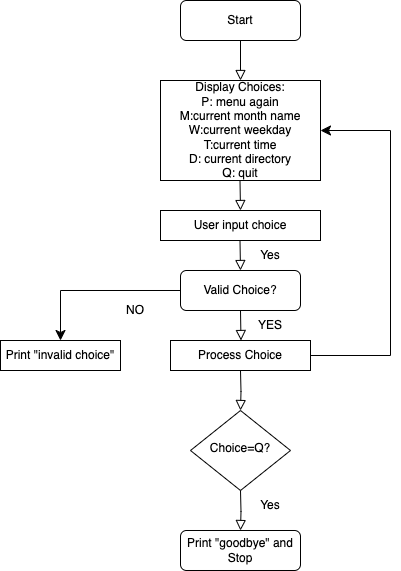
thisissophiawang/coursera-course-projects keeps this draw.io diagram as NEU/menu_flowchart.drawio.png. Above is the earlier version. Source tidied: cells renumbered, new cells last; positions are measured from the earlier drawing's top-left corner, leaving out a move shared by most shapes.
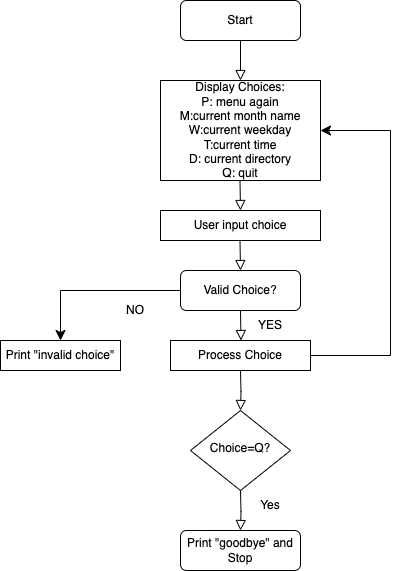
The same file after the commit.

Diff of the diagram source:
```diff
@@ -41,9 +41,6 @@
     <mxCell id="12" value="NO" style="text;html=1;strokeColor=none;fillColor=none;align=center;verticalAlign=middle;whiteSpace=wrap;rounded=0;" parent="1" vertex="1">
       <mxGeometry x="90" y="300" width="90" height="20" as="geometry" />
     </mxCell>
-    <mxCell id="13" value="Yes" style="text;html=1;strokeColor=none;fillColor=none;align=center;verticalAlign=middle;whiteSpace=wrap;rounded=0;" parent="1" vertex="1">
-      <mxGeometry x="240" y="240" width="60" height="30" as="geometry" />
-    </mxCell>
     <mxCell id="14" style="rounded=0;html=1;jettySize=auto;fontSize=11;endArrow=block;endFill=0;endSize=8;strokeWidth=1;shadow=0;labelBackgroundColor=none;edgeStyle=orthogonalEdgeStyle;entryX=0.5;entryY=0;entryDx=0;entryDy=0;" parent="1" edge="1" target="5">
       <mxGeometry relative="1" as="geometry">
         <mxPoint x="240" y="490" as="sourcePoint" />
```
